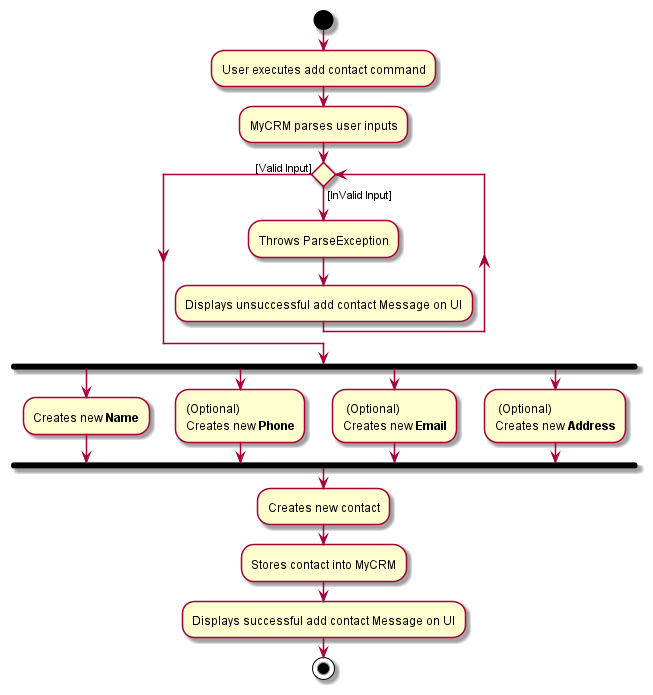
Earlier version of the PlantUML export docs/images/contact/AddContactActivityDiagram.png (ooawagaeri/tp).
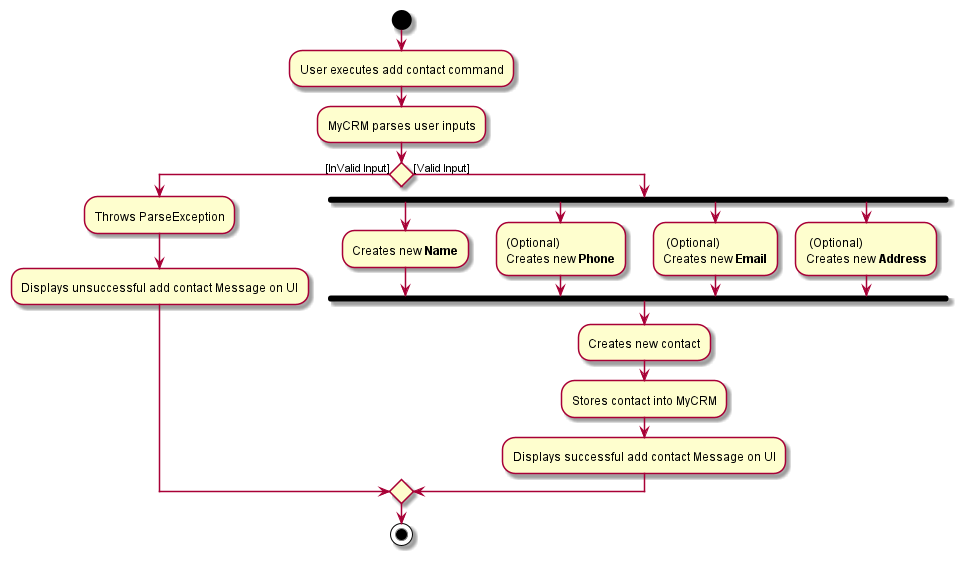
Later version of the same file.

Change to the diagram source:
```diff
@@ -2,10 +2,10 @@
 start
 :User executes add contact command;
 :MyCRM parses user inputs;
-while () is ([InValid Input])
+if() then ([InValid Input])
     :Throws ParseException;
     :Displays unsuccessful add contact Message on UI;
-endwhile ([Valid Input])
+else ([Valid Input])
     fork
     :Creates new **Name**;
     fork again
@@ -21,5 +21,6 @@
     :Creates new contact;
     :Stores contact into MyCRM;
     :Displays successful add contact Message on UI;
+endif;
 stop
 @enduml
```
